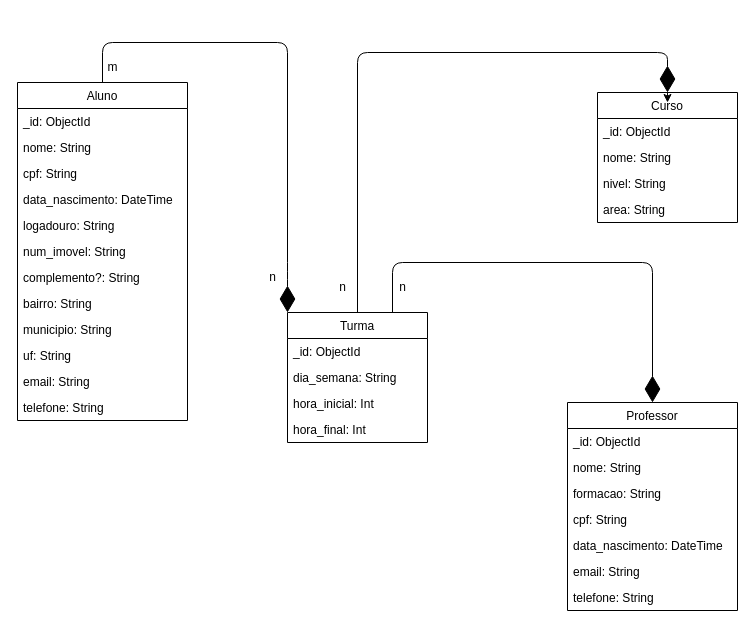
This is 3_Semestre/Banco de Dados Não Relacional - Fausto/Aula 30-08/docs/modelagem-bd.drawio from joaop06/DSM, a draw.io file, before an edit. Source tidied: cells renumbered, new cells numbered last; positions are measured from the earlier drawing's top-left corner, leaving out a move shared by most shapes. Both pictures are drawn from the tidied source at 100%, with x=0, y=0 at pixel (17, 42).
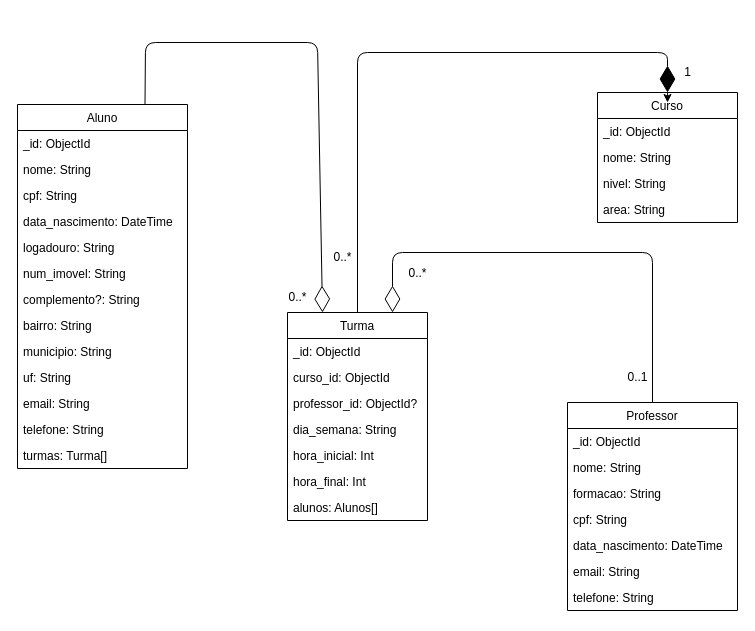
After the change.

The change refers to these unchanged cells:
```xml
<mxCell id="26" value="Professor" style="swimlane;fontStyle=0;horizontal=1;startSize=26;fillColor=none;" parent="1" vertex="1">
  <mxGeometry x="550" y="360" width="170" height="208" as="geometry" />
</mxCell>
```

The edit, as a diff of the source:
```diff
@@
     <mxCell id="2" value="Aluno" style="swimlane;fontStyle=0;horizontal=1;startSize=26;fillColor=none;" parent="1" vertex="1">
-      <mxGeometry y="40" width="170" height="338" as="geometry" />
+      <mxGeometry y="62" width="170" height="364" as="geometry" />
     </mxCell>
@@
+    <mxCell id="41" value="turmas: Turma[]" style="text;strokeColor=none;fillColor=none;align=left;verticalAlign=top;spacingLeft=4;spacingRight=4;overflow=hidden;" parent="2" vertex="1">
+      <mxGeometry y="338" width="170" height="26" as="geometry" />
+    </mxCell>
@@
     <mxCell id="21" value="Turma" style="swimlane;fontStyle=0;horizontal=1;startSize=26;fillColor=none;" parent="1" vertex="1">
-      <mxGeometry x="270" y="270" width="140" height="130" as="geometry" />
+      <mxGeometry x="270" y="270" width="140" height="208" as="geometry" />
     </mxCell>
@@
+    <mxCell id="42" value="curso_id: ObjectId" style="text;strokeColor=none;fillColor=none;align=left;verticalAlign=top;spacingLeft=4;spacingRight=4;overflow=hidden;" parent="21" vertex="1">
+      <mxGeometry y="52" width="140" height="26" as="geometry" />
+    </mxCell>
+    <mxCell id="43" value="professor_id: ObjectId?" style="text;strokeColor=none;fillColor=none;align=left;verticalAlign=top;spacingLeft=4;spacingRight=4;overflow=hidden;" parent="21" vertex="1">
+      <mxGeometry y="78" width="140" height="26" as="geometry" />
+    </mxCell>
     <mxCell id="23" value="dia_semana: String" style="text;strokeColor=none;fillColor=none;align=left;verticalAlign=top;spacingLeft=4;spacingRight=4;overflow=hidden;" parent="21" vertex="1">
-      <mxGeometry y="52" width="140" height="26" as="geometry" />
+      <mxGeometry y="104" width="140" height="26" as="geometry" />
     </mxCell>
     <mxCell id="24" value="hora_inicial: Int" style="text;strokeColor=none;fillColor=none;align=left;verticalAlign=top;spacingLeft=4;spacingRight=4;overflow=hidden;" parent="21" vertex="1">
-      <mxGeometry y="78" width="140" height="26" as="geometry" />
+      <mxGeometry y="130" width="140" height="26" as="geometry" />
     </mxCell>
     <mxCell id="25" value="hora_final: Int" style="text;strokeColor=none;fillColor=none;align=left;verticalAlign=top;spacingLeft=4;spacingRight=4;overflow=hidden;" parent="21" vertex="1">
-      <mxGeometry y="104" width="140" height="26" as="geometry" />
+      <mxGeometry y="156" width="140" height="26" as="geometry" />
     </mxCell>
+    <mxCell id="44" value="alunos: Alunos[]" style="text;strokeColor=none;fillColor=none;align=left;verticalAlign=top;spacingLeft=4;spacingRight=4;overflow=hidden;" parent="21" vertex="1">
+      <mxGeometry y="182" width="140" height="26" as="geometry" />
+    </mxCell>
@@
-    <mxCell id="34" style="endArrow=diamondThin;endFill=1;endSize=24;html=1;entryX=0.5;entryY=0;entryDx=0;entryDy=0;exitX=0.75;exitY=0;exitDx=0;exitDy=0;" parent="1" edge="1" source="21" target="26">
-      <mxGeometry relative="1" as="geometry">
-        <Array as="points">
-          <mxPoint x="375" y="220" />
-          <mxPoint x="635" y="220" />
-        </Array>
-      </mxGeometry>
-    </mxCell>
-    <mxCell id="35" value="n" style="text;html=1;align=center;verticalAlign=middle;strokeColor=none;fillColor=none;" parent="1" vertex="1">
-      <mxGeometry x="370" y="230" width="30" height="30" as="geometry" />
-    </mxCell>
@@
-    <mxCell id="37" value="n" style="text;html=1;align=center;verticalAlign=middle;strokeColor=none;fillColor=none;" parent="1" vertex="1">
-      <mxGeometry x="310" y="230" width="30" height="30" as="geometry" />
+    <mxCell id="37" value="0..*" style="text;html=1;align=center;verticalAlign=middle;strokeColor=none;fillColor=none;" parent="1" vertex="1">
+      <mxGeometry x="305" y="200" width="40" height="30" as="geometry" />
     </mxCell>
+    <mxCell id="39" value="0..*" style="text;html=1;align=center;verticalAlign=middle;strokeColor=none;fillColor=none;" parent="1" vertex="1">
+      <mxGeometry x="260" y="240" width="40" height="30" as="geometry" />
+    </mxCell>
-    <mxCell id="38" style="endArrow=diamondThin;endFill=1;endSize=24;html=1;entryX=0;entryY=0;entryDx=0;entryDy=0;exitX=0.5;exitY=0;exitDx=0;exitDy=0;" parent="1" edge="1" source="2" target="21">
+    <mxCell id="38" style="endArrow=diamondThin;endFill=0;endSize=24;html=1;exitX=0.75;exitY=0;exitDx=0;exitDy=0;entryX=0.25;entryY=0;entryDx=0;entryDy=0;" parent="1" edge="1" source="2" target="21">
       <mxGeometry relative="1" as="geometry">
         <Array as="points">
-          <mxPoint x="85" />
-          <mxPoint x="270" />
-          <mxPoint x="270" y="230" />
+          <mxPoint x="128" />
+          <mxPoint x="300" />
         </Array>
       </mxGeometry>
     </mxCell>
-    <mxCell id="39" value="m" style="text;html=1;align=center;verticalAlign=middle;strokeColor=none;fillColor=none;" parent="1" vertex="1">
-      <mxGeometry x="80" y="10" width="30" height="30" as="geometry" />
-    </mxCell>
-    <mxCell id="40" value="n" style="text;html=1;align=center;verticalAlign=middle;strokeColor=none;fillColor=none;" parent="1" vertex="1">
-      <mxGeometry x="240" y="220" width="30" height="30" as="geometry" />
-    </mxCell>
+    <mxCell id="45" style="endArrow=diamondThin;endFill=0;endSize=24;html=1;exitX=0.5;exitY=0;exitDx=0;exitDy=0;entryX=0.75;entryY=0;entryDx=0;entryDy=0;" parent="1" edge="1" source="26" target="21">
+      <mxGeometry relative="1" as="geometry">
+        <Array as="points">
+          <mxPoint x="635" y="210" />
+          <mxPoint x="375" y="210" />
+        </Array>
+      </mxGeometry>
+    </mxCell>
+    <mxCell id="46" value="0..1" style="text;html=1;align=center;verticalAlign=middle;strokeColor=none;fillColor=none;" parent="1" vertex="1">
+      <mxGeometry x="600" y="320" width="40" height="30" as="geometry" />
+    </mxCell>
+    <mxCell id="47" value="0..*" style="text;html=1;align=center;verticalAlign=middle;strokeColor=none;fillColor=none;" parent="1" vertex="1">
+      <mxGeometry x="380" y="216" width="40" height="30" as="geometry" />
+    </mxCell>
+    <mxCell id="48" value="1" style="text;html=1;align=center;verticalAlign=middle;strokeColor=none;fillColor=none;" parent="1" vertex="1">
+      <mxGeometry x="655" y="15" width="30" height="30" as="geometry" />
+    </mxCell>
```
